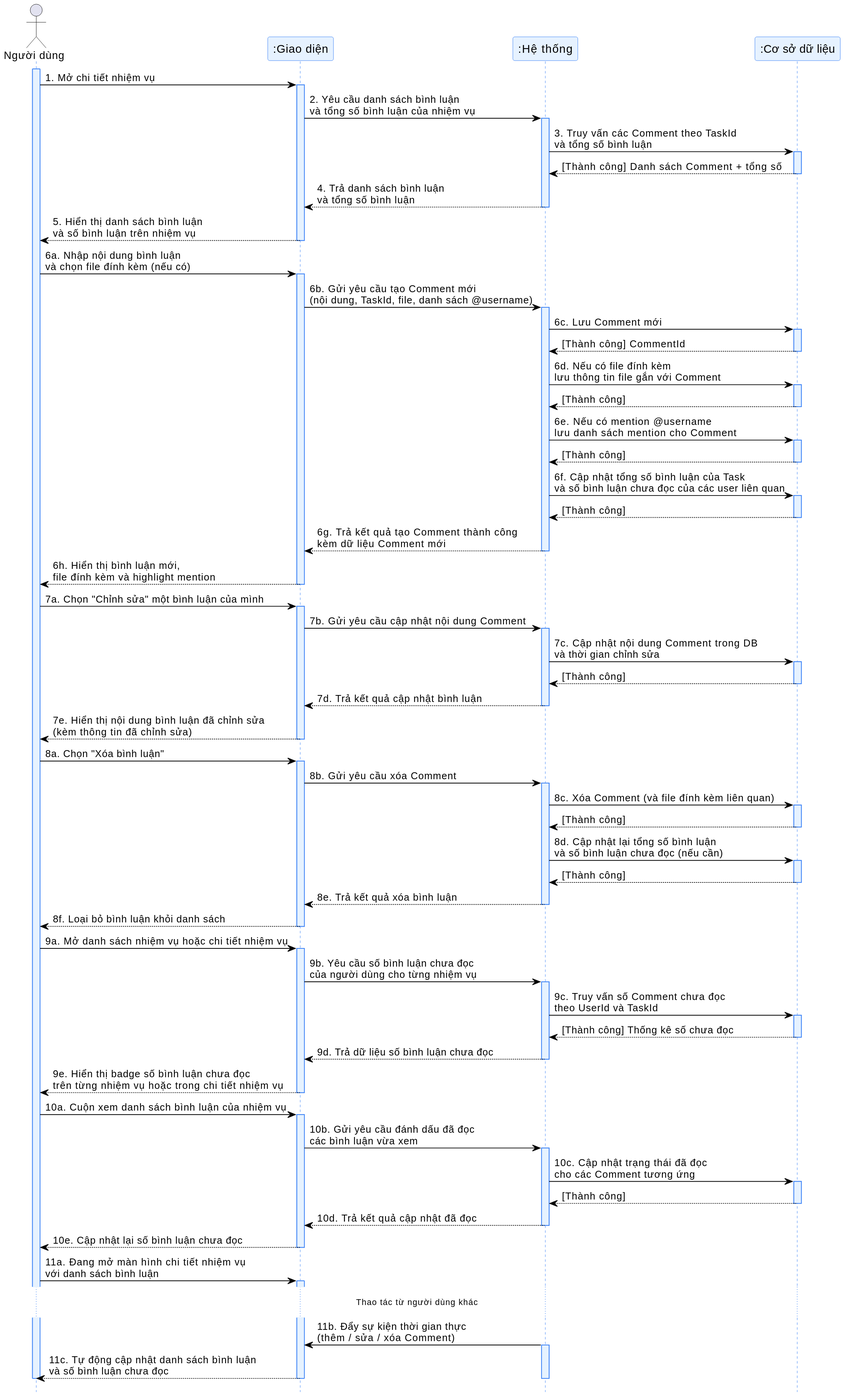
The PlantUML diagram bao-cao/sprint_7/tuantu.svg in tuanxx31/QLDA, before a commit.
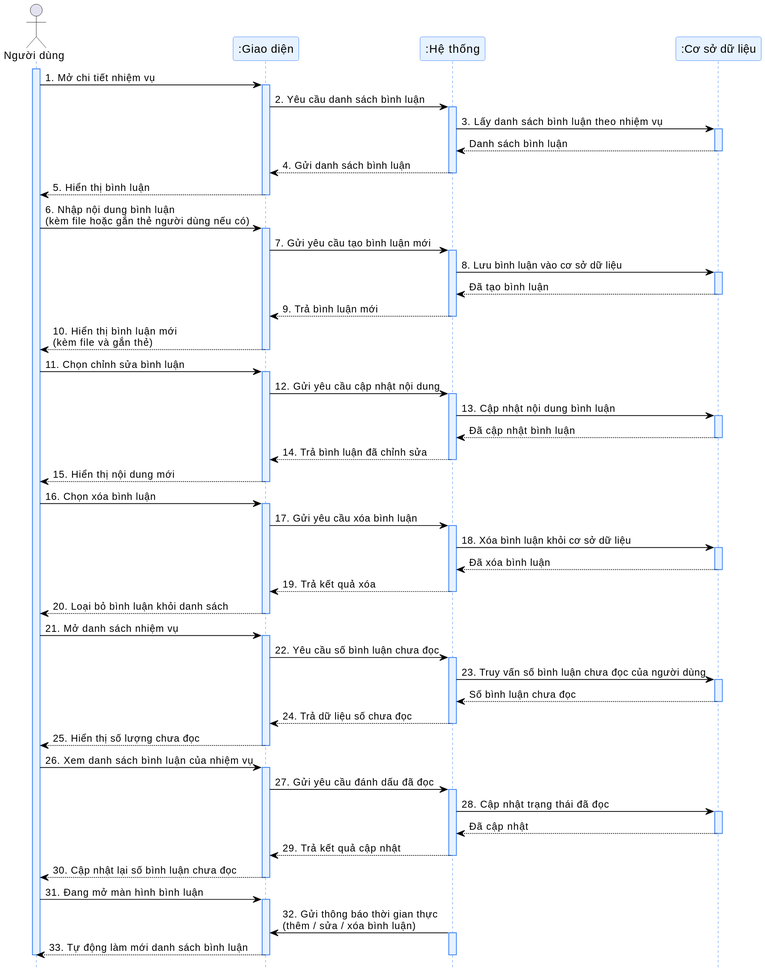
The same file after the commit.

What changed in the source:
```diff
@@ -21,110 +21,88 @@
 
 User -> UI: 1. Mở chi tiết nhiệm vụ
 activate UI
-UI -> System: 2. Yêu cầu danh sách bình luận\nvà tổng số bình luận của nhiệm vụ
+UI -> System: 2. Yêu cầu danh sách bình luận
 activate System
-System -> DB: 3. Truy vấn các Comment theo TaskId\nvà tổng số bình luận
+System -> DB: 3. Lấy danh sách bình luận theo nhiệm vụ
 activate DB
-DB --> System: [Thành công] Danh sách Comment + tổng số
+DB --> System: Danh sách bình luận
 deactivate DB
-System --> UI: 4. Trả danh sách bình luận\nvà tổng số bình luận
+System --> UI: 4. Gửi danh sách bình luận
 deactivate System
-UI --> User: 5. Hiển thị danh sách bình luận\nvà số bình luận trên nhiệm vụ
+UI --> User: 5. Hiển thị bình luận
 deactivate UI
 
-User -> UI: 6a. Nhập nội dung bình luận\nvà chọn file đính kèm (nếu có)
+User -> UI: 6. Nhập nội dung bình luận\n(kèm file hoặc gắn thẻ người dùng nếu có)
 activate UI
-UI -> System: 6b. Gửi yêu cầu tạo Comment mới\n(nội dung, TaskId, file, danh sách @username)
+UI -> System: 7. Gửi yêu cầu tạo bình luận mới
 activate System
-System -> DB: 6c. Lưu Comment mới
+System -> DB: 8. Lưu bình luận vào cơ sở dữ liệu
 activate DB
-DB --> System: [Thành công] CommentId
+DB --> System: Đã tạo bình luận
 deactivate DB
 
-System -> DB: 6d. Nếu có file đính kèm\nlưu thông tin file gắn với Comment
-activate DB
-DB --> System: [Thành công]
-deactivate DB
-
-System -> DB: 6e. Nếu có mention @username\nlưu danh sách mention cho Comment
-activate DB
-DB --> System: [Thành công]
-deactivate DB
-
-System -> DB: 6f. Cập nhật tổng số bình luận của Task\nvà số bình luận chưa đọc của các user liên quan
-activate DB
-DB --> System: [Thành công]
-deactivate DB
-
-System --> UI: 6g. Trả kết quả tạo Comment thành công\nkèm dữ liệu Comment mới
+System --> UI: 9. Trả bình luận mới
 deactivate System
-UI --> User: 6h. Hiển thị bình luận mới,\nfile đính kèm và highlight mention
+UI --> User: 10. Hiển thị bình luận mới\n(kèm file và gắn thẻ)
 deactivate UI
 
-User -> UI: 7a. Chọn "Chỉnh sửa" một bình luận của mình
+User -> UI: 11. Chọn chỉnh sửa bình luận
 activate UI
-UI -> System: 7b. Gửi yêu cầu cập nhật nội dung Comment
+UI -> System: 12. Gửi yêu cầu cập nhật nội dung
 activate System
-System -> DB: 7c. Cập nhật nội dung Comment trong DB\nvà thời gian chỉnh sửa
+System -> DB: 13. Cập nhật nội dung bình luận
 activate DB
-DB --> System: [Thành công]
+DB --> System: Đã cập nhật bình luận
 deactivate DB
-System --> UI: 7d. Trả kết quả cập nhật bình luận
+System --> UI: 14. Trả bình luận đã chỉnh sửa
 deactivate System
-UI --> User: 7e. Hiển thị nội dung bình luận đã chỉnh sửa\n(kèm thông tin đã chỉnh sửa)
+UI --> User: 15. Hiển thị nội dung mới
 deactivate UI
 
-User -> UI: 8a. Chọn "Xóa bình luận"
+User -> UI: 16. Chọn xóa bình luận
 activate UI
-UI -> System: 8b. Gửi yêu cầu xóa Comment
+UI -> System: 17. Gửi yêu cầu xóa bình luận
 activate System
-System -> DB: 8c. Xóa Comment (và file đính kèm liên quan)
+System -> DB: 18. Xóa bình luận khỏi cơ sở dữ liệu
 activate DB
-DB --> System: [Thành công]
+DB --> System: Đã xóa bình luận
 deactivate DB
-
-System -> DB: 8d. Cập nhật lại tổng số bình luận\nvà số bình luận chưa đọc (nếu cần)
-activate DB
-DB --> System: [Thành công]
-deactivate DB
-
-System --> UI: 8e. Trả kết quả xóa bình luận
+System --> UI: 19. Trả kết quả xóa
 deactivate System
-UI --> User: 8f. Loại bỏ bình luận khỏi danh sách
+UI --> User: 20. Loại bỏ bình luận khỏi danh sách
 deactivate UI
 
-User -> UI: 9a. Mở danh sách nhiệm vụ hoặc chi tiết nhiệm vụ
+User -> UI: 21. Mở danh sách nhiệm vụ
 activate UI
-UI -> System: 9b. Yêu cầu số bình luận chưa đọc\ncủa người dùng cho từng nhiệm vụ
+UI -> System: 22. Yêu cầu số bình luận chưa đọc
 activate System
-System -> DB: 9c. Truy vấn số Comment chưa đọc\ntheo UserId và TaskId
+System -> DB: 23. Truy vấn số bình luận chưa đọc của người dùng
 activate DB
-DB --> System: [Thành công] Thống kê số chưa đọc
+DB --> System: Số bình luận chưa đọc
 deactivate DB
-System --> UI: 9d. Trả dữ liệu số bình luận chưa đọc
+System --> UI: 24. Trả dữ liệu số chưa đọc
 deactivate System
-UI --> User: 9e. Hiển thị badge số bình luận chưa đọc\ntrên từng nhiệm vụ hoặc trong chi tiết nhiệm vụ
+UI --> User: 25. Hiển thị số lượng chưa đọc
 deactivate UI
 
-User -> UI: 10a. Cuộn xem danh sách bình luận của nhiệm vụ
+User -> UI: 26. Xem danh sách bình luận của nhiệm vụ
 activate UI
-UI -> System: 10b. Gửi yêu cầu đánh dấu đã đọc\ncác bình luận vừa xem
+UI -> System: 27. Gửi yêu cầu đánh dấu đã đọc
 activate System
-System -> DB: 10c. Cập nhật trạng thái đã đọc\ncho các Comment tương ứng
+System -> DB: 28. Cập nhật trạng thái đã đọc
 activate DB
-DB --> System: [Thành công]
+DB --> System: Đã cập nhật
 deactivate DB
-System --> UI: 10d. Trả kết quả cập nhật đã đọc
+System --> UI: 29. Trả kết quả cập nhật
 deactivate System
-UI --> User: 10e. Cập nhật lại số bình luận chưa đọc
+UI --> User: 30. Cập nhật lại số bình luận chưa đọc
 deactivate UI
 
-User -> UI: 11a. Đang mở màn hình chi tiết nhiệm vụ\nvới danh sách bình luận
+User -> UI: 31. Đang mở màn hình bình luận
 activate UI
-... Thao tác từ người dùng khác ...
-System -> UI: 11b. Đẩy sự kiện thời gian thực\n(thêm / sửa / xóa Comment)
+System -> UI: 32. Gửi thông báo thời gian thực\n(thêm / sửa / xóa bình luận)
 activate System
-UI --> User: 11c. Tự động cập nhật danh sách bình luận\nvà số bình luận chưa đọc
+UI --> User: 33. Tự động làm mới danh sách bình luận
 deactivate System
 deactivate UI
 
```
